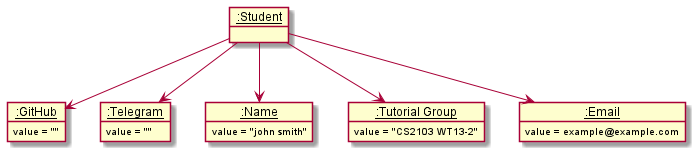
vanessaxuuan/tp keeps this PlantUML diagram as docs/images/StudentWithEmptyTelegramAndGitHub.png. Above is the earlier version.
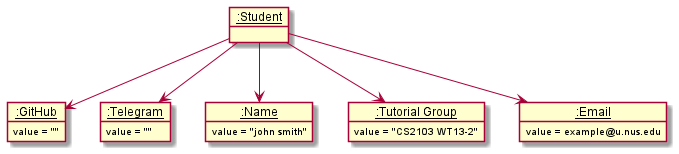
Later version of the same file.

What changed in the source:
```diff
@@ -11,7 +11,7 @@
 telegram : value = ""
 name : value = "john smith"
 tg : value = "CS2103 WT13-2"
-email : value = example@example.com
+email : value = example@u.nus.edu
 
 student --> tg
 student --> name
```
